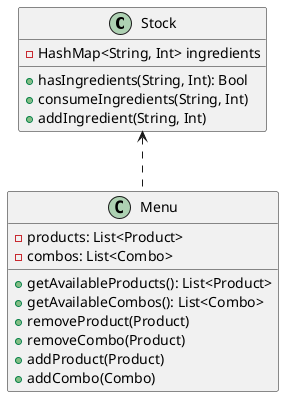
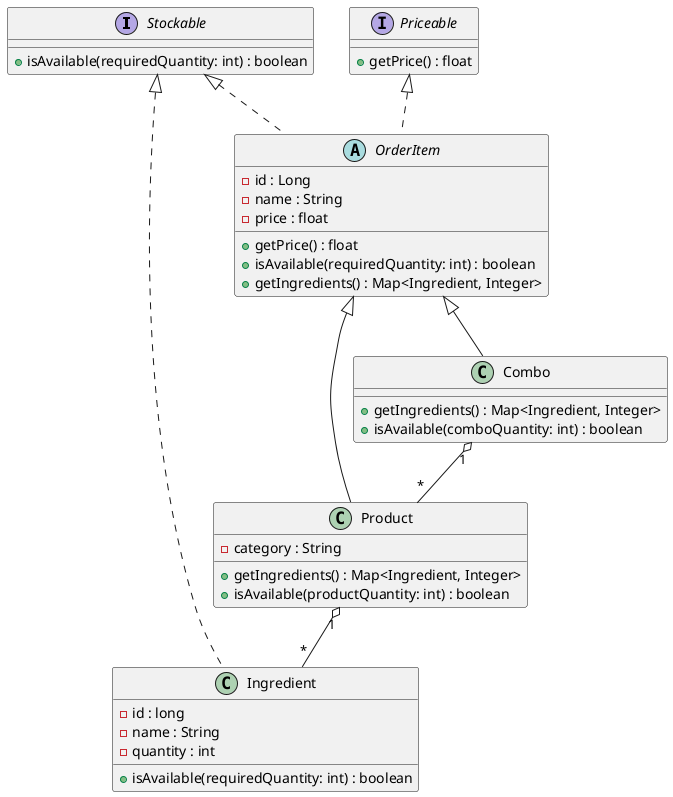
@startuml
- 'https://plantuml.com/class-diagram

- class Stock {
-     - HashMap<String, Int> ingredients
-     + hasIngredients(String, Int): Bool
-     + consumeIngredients(String, Int)
-     + addIngredient(String, Int)
+ interface Stockable {
+     + isAvailable(requiredQuantity: int) : boolean
}

- Stock <.- Menu
- 
- class Menu {
-     - products: List<Product>
-     - combos: List<Combo>
-     + getAvailableProducts(): List<Product>
-     + getAvailableCombos(): List<Combo>
-     + removeProduct(Product)
-     + removeCombo(Product)
-     + addProduct(Product)
-     + addCombo(Combo)
+ interface Priceable {
+     + getPrice() : float
}

+ class Ingredient {
+     - id : long
+     - name : String
+     - quantity : int
+     + isAvailable(requiredQuantity: int) : boolean
+ }
+ 
+ Stockable <|.. Ingredient
+ Product "1" o-- "*" Ingredient
+ 
+ abstract class OrderItem {
+     - id : Long
+     - name : String
+     - price : float
+     + getPrice() : float
+     + isAvailable(requiredQuantity: int) : boolean
+     + getIngredients() : Map<Ingredient, Integer>
+ }
+ 
+ Stockable <|.. OrderItem
+ Priceable <|.. OrderItem
+ 
+ class Product extends OrderItem {
+     - category : String
+     + getIngredients() : Map<Ingredient, Integer>
+     + isAvailable(productQuantity: int) : boolean
+ }
+ 
+ class Combo extends OrderItem {
+     + getIngredients() : Map<Ingredient, Integer>
+     + isAvailable(comboQuantity: int) : boolean
+ }
+ 
+ Combo "1" o-- "*" Product

@enduml
- 
